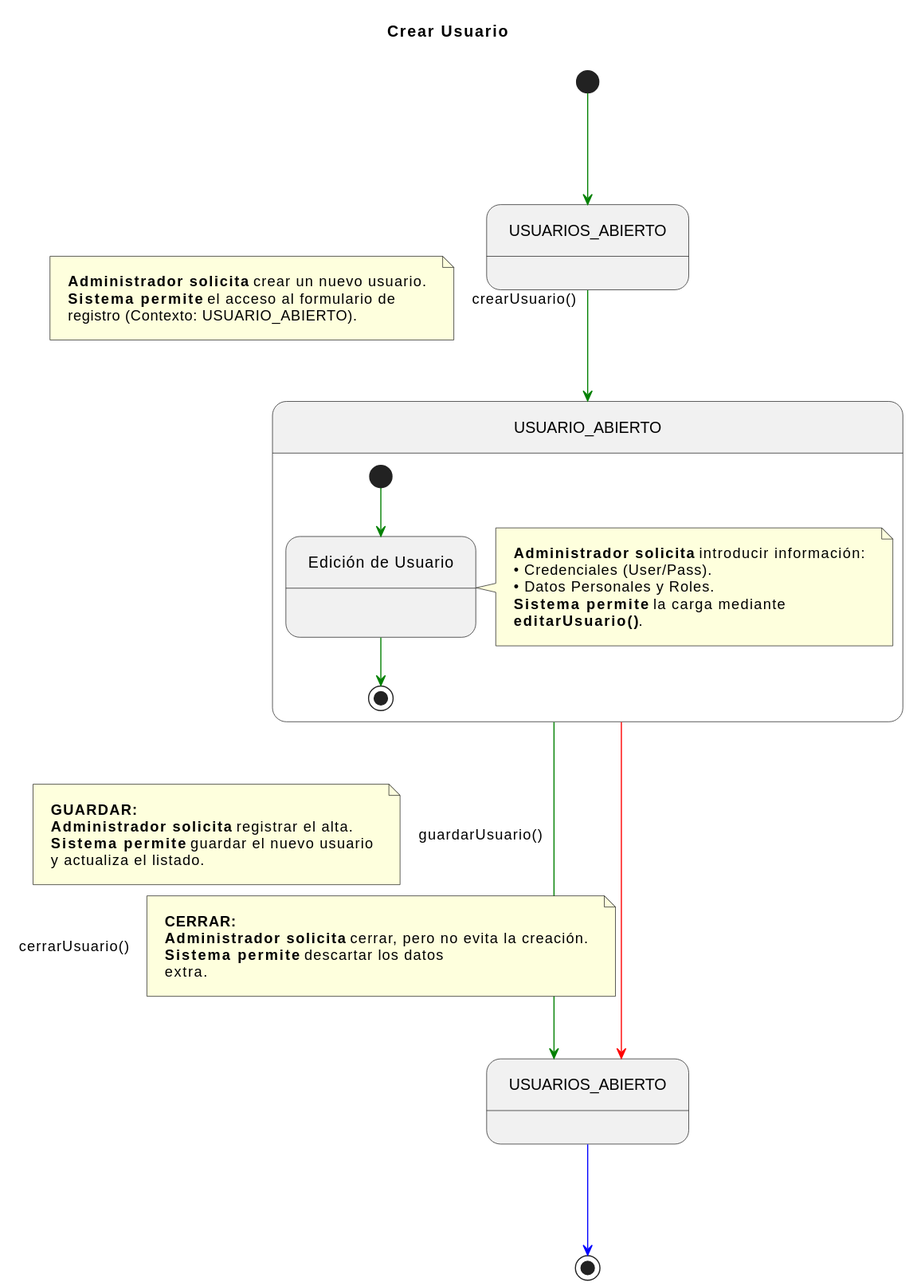
The PlantUML diagram documents/CasosDeUso/DetalladoCasosDeUso/Administrador/crearUsuario.svg in enmabry/25-26-IdSw1-SdR, before a commit.
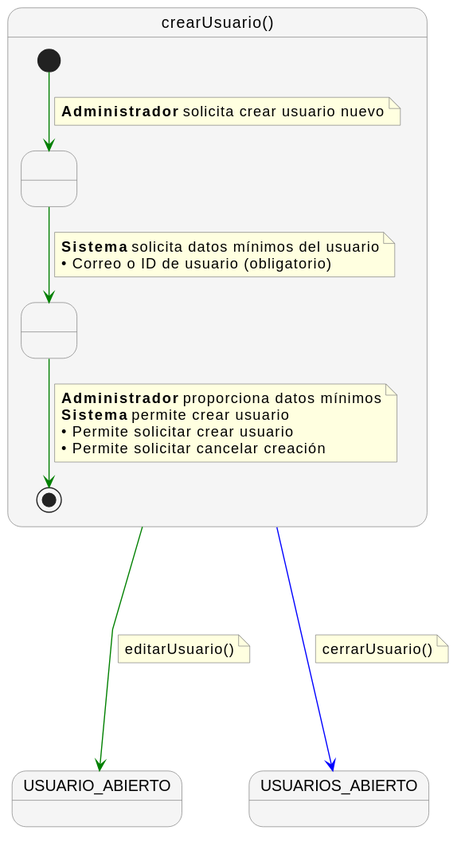
The same file after the commit.

Commit message:
Se actualizaron, los casos de uso de administrador.

Diff of the diagram source:
```diff
@@ -1,57 +1,47 @@
 @startuml
-title Crear Usuario
+skinparam nodesep 60
+skinparam ranksep 60
+skinparam linetype polyline
+skinparam NoteBackgroundColor lightyellow
+skinparam NoteBorderColor gray
+skinparam StateBackgroundColor #F5F5F5
+skinparam StateBorderColor gray
 
-skinparam nodesep 100
-skinparam ranksep 100
-skinparam linetype ortho
-skinparam Padding 10
+state "crearUsuario()" as crearUsuario {
 
-state USUARIOS_ABIERTO_INICIAL  as "USUARIOS_ABIERTO"
-state USUARIO_ABIERTO_COMP      as "USUARIO_ABIERTO"
-state USUARIOS_ABIERTO_FINAL    as "USUARIOS_ABIERTO"
+    state " " as Paso1
+    state " " as Paso2
 
-[*] -[#green]-> USUARIOS_ABIERTO_INICIAL
+    [*] -[#green]-> Paso1
+    note on link
+      <b>Administrador</b> solicita crear usuario nuevo
+    end note
 
-USUARIOS_ABIERTO_INICIAL -[#green]-> USUARIO_ABIERTO_COMP : crearUsuario()
-note left on link
-    <b>Administrador solicita</b> crear un nuevo usuario.
-    <b>Sistema permite</b> el acceso al formulario de
-    registro (Contexto: USUARIO_ABIERTO).
+    Paso1 -[#green]-> Paso2
+    note on link
+      <b>Sistema</b> solicita datos mínimos del usuario
+      • Correo o ID de usuario (obligatorio)
+    end note
+
+    Paso2 -[#green]-> [*]
+    note on link
+      <b>Administrador</b> proporciona datos mínimos
+      <b>Sistema</b> permite crear usuario
+      • Permite solicitar crear usuario
+      • Permite solicitar cancelar creación
+    end note
+}
+
+state "USUARIO_ABIERTO" as USUARIO_ABIERTO
+state "USUARIOS_ABIERTO" as USUARIOS_ABIERTO
+
+crearUsuario -[#green]---> USUARIO_ABIERTO
+note right on link
+  editarUsuario()
 end note
 
-state USUARIO_ABIERTO_COMP {
-    state FormularioRegistro as "Edición de Usuario"
-
-    FormularioRegistro :
-
-    [*] -[#green]-> FormularioRegistro
-
-    note right of FormularioRegistro
-        <b>Administrador solicita</b> introducir información:
-        • Credenciales (User/Pass).
-        • Datos Personales y Roles.
-        <b>Sistema permite</b> la carga mediante
-        **editarUsuario()**.
-    end note
-
-    FormularioRegistro -[#green]-> [*]
-}
-
-USUARIO_ABIERTO_COMP -[#green]---> USUARIOS_ABIERTO_FINAL : guardarUsuario()
-note left on link
-    <b>GUARDAR:</b>
-    <b>Administrador solicita</b> registrar el alta.
-    <b>Sistema permite</b> guardar el nuevo usuario
-    y actualiza el listado.
+crearUsuario -[#blue]---> USUARIOS_ABIERTO
+note right on link
+  cerrarUsuario()
 end note
-
-USUARIO_ABIERTO_COMP -[#red]---> USUARIOS_ABIERTO_FINAL : cerrarUsuario()
-note right on link
-    <b>CERRAR:</b>
-    <b>Administrador solicita</b> cerrar, pero no evita la creación.
-    <b>Sistema permite</b> descartar los datos
-    extra.
-end note
-
-USUARIOS_ABIERTO_FINAL -[#blue]-> [*]
 @enduml
```
